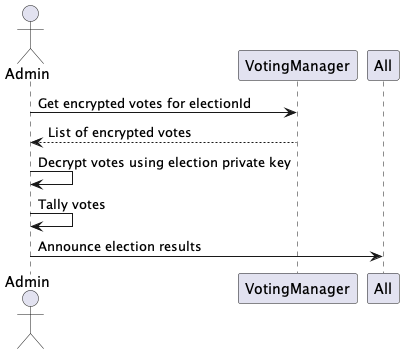
Before: out/documentation/plantuml/vote-tallying/vote-tallying.png, a diagram exported from PlantUML (winston-lim/blockchain-voting).
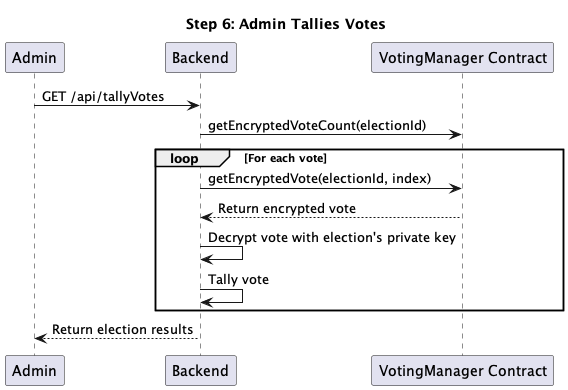
The same file after the commit.

Change to the diagram source:
```diff
@@ -1,10 +1,18 @@
 @startuml
-actor Admin
-participant VotingManager
+title Step 6: Admin Tallies Votes
 
-Admin -> VotingManager: Get encrypted votes for electionId
-VotingManager --> Admin: List of encrypted votes
-Admin -> Admin: Decrypt votes using election private key
-Admin -> Admin: Tally votes
-Admin -> All: Announce election results
+participant Admin
+participant Backend
+participant "VotingManager Contract" as VotingManager
+
+Admin -> Backend: GET /api/tallyVotes
+Backend -> VotingManager: getEncryptedVoteCount(electionId)
+loop For each vote
+    Backend -> VotingManager: getEncryptedVote(electionId, index)
+    VotingManager --> Backend: Return encrypted vote
+    Backend -> Backend: Decrypt vote with election's private key
+    Backend -> Backend: Tally vote
+end
+Backend --> Admin: Return election results
+
 @enduml
```
